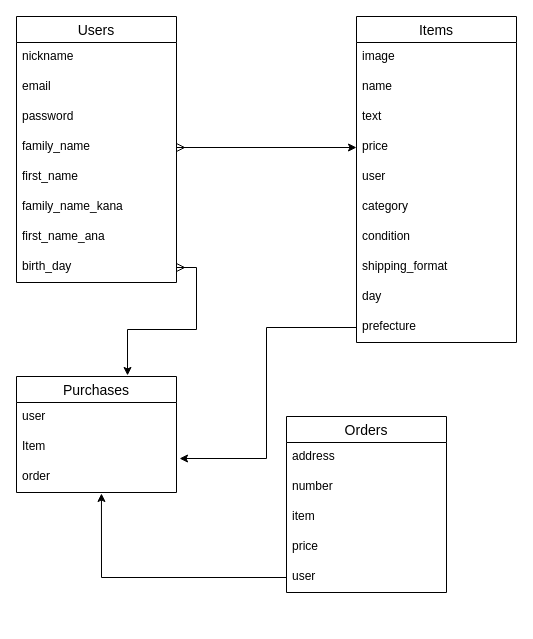
The draw.io diagram furifuri.dio in shirajun/furima-30429, before the edit. Source tidied: cells renumbered, new cells numbered last; positions are measured from the earlier drawing's top-left corner, leaving out a move shared by most shapes. Both pictures are drawn from the tidied source at 100%, with x=0, y=0 at pixel (16, 16).
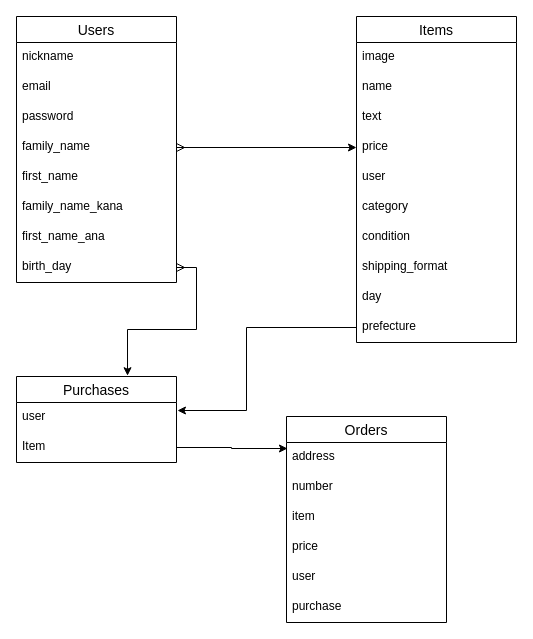
The same diagram, later.

Commit message (it also covers changes not shown here):
データベース修正　３

Unchanged cells that the change refers to:
```xml
<mxCell id="12" value="prefecture" style="text;strokeColor=none;fillColor=none;spacingLeft=4;spacingRight=4;overflow=hidden;points=[[0,0.5],[1,0.5]];portConstraint=eastwest;fontSize=12;" parent="2" vertex="1">
  <mxGeometry y="296" width="160" height="30" as="geometry" />
</mxCell>
<mxCell id="23" value="address" style="text;strokeColor=none;fillColor=none;spacingLeft=4;spacingRight=4;overflow=hidden;points=[[0,0.5],[1,0.5]];portConstraint=eastwest;fontSize=12;" parent="22" vertex="1">
  <mxGeometry y="26" width="160" height="30" as="geometry" />
</mxCell>
<mxCell id="27" value="user" style="text;strokeColor=none;fillColor=none;spacingLeft=4;spacingRight=4;overflow=hidden;points=[[0,0.5],[1,0.5]];portConstraint=eastwest;fontSize=12;" parent="22" vertex="1">
  <mxGeometry y="146" width="160" height="30" as="geometry" />
</mxCell>
<mxCell id="30" value="user" style="text;strokeColor=none;fillColor=none;spacingLeft=4;spacingRight=4;overflow=hidden;points=[[0,0.5],[1,0.5]];portConstraint=eastwest;fontSize=12;" parent="29" vertex="1">
  <mxGeometry y="26" width="160" height="30" as="geometry" />
</mxCell>
<mxCell id="31" value="Item" style="text;strokeColor=none;fillColor=none;spacingLeft=4;spacingRight=4;overflow=hidden;points=[[0,0.5],[1,0.5]];portConstraint=eastwest;fontSize=12;" parent="29" vertex="1">
  <mxGeometry y="56" width="160" height="30" as="geometry" />
</mxCell>
```

Diff of the diagram source:
```diff
@@
     <mxCell id="22" value="Orders" style="swimlane;fontStyle=0;horizontal=1;startSize=26;align=center;fontSize=14;" parent="1" vertex="1">
-      <mxGeometry x="270" y="400" width="160" height="176" as="geometry" />
+      <mxGeometry x="270" y="400" width="160" height="206" as="geometry" />
     </mxCell>
@@
+    <mxCell id="36" value="purchase" style="text;strokeColor=none;fillColor=none;spacingLeft=4;spacingRight=4;overflow=hidden;fontSize=12;" parent="22" vertex="1">
+      <mxGeometry y="176" width="160" height="30" as="geometry" />
+    </mxCell>
@@
     <mxCell id="29" value="Purchases" style="swimlane;fontStyle=0;horizontal=1;startSize=26;align=center;fontSize=14;" parent="1" vertex="1">
-      <mxGeometry y="360" width="160" height="116" as="geometry" />
+      <mxGeometry y="360" width="160" height="86" as="geometry" />
     </mxCell>
@@
-    <mxCell id="32" value="order" style="text;strokeColor=none;fillColor=none;spacingLeft=4;spacingRight=4;overflow=hidden;points=[[0,0.5],[1,0.5]];portConstraint=eastwest;fontSize=12;" parent="29" vertex="1">
-      <mxGeometry y="86" width="160" height="30" as="geometry" />
-    </mxCell>
@@
-    <mxCell id="34" style="edgeStyle=orthogonalEdgeStyle;rounded=0;jettySize=auto;html=1;exitX=0;exitY=0.5;exitDx=0;exitDy=0;entryX=1.019;entryY=-0.133;entryDx=0;entryDy=0;entryPerimeter=0;startArrow=none;startFill=0;" parent="1" edge="1" source="12" target="32">
-      <mxGeometry relative="1" as="geometry" />
+    <mxCell id="34" style="edgeStyle=orthogonalEdgeStyle;rounded=0;jettySize=auto;html=1;exitX=0;exitY=0.5;exitDx=0;exitDy=0;entryX=1.006;entryY=0.267;entryDx=0;entryDy=0;entryPerimeter=0;startArrow=none;startFill=0;" parent="1" edge="1" source="12" target="30">
+      <mxGeometry relative="1" as="geometry">
+        <Array as="points">
+          <mxPoint x="230" y="311" />
+          <mxPoint x="230" y="394" />
+        </Array>
+      </mxGeometry>
     </mxCell>
-    <mxCell id="35" style="edgeStyle=orthogonalEdgeStyle;rounded=0;jettySize=auto;html=1;exitX=0;exitY=0.5;exitDx=0;exitDy=0;entryX=0.531;entryY=1.033;entryDx=0;entryDy=0;entryPerimeter=0;startArrow=none;startFill=0;" parent="1" edge="1" source="27" target="32">
-      <mxGeometry relative="1" as="geometry" />
-    </mxCell>
+    <mxCell id="37" style="edgeStyle=orthogonalEdgeStyle;rounded=0;jettySize=auto;html=1;exitX=1;exitY=0.5;exitDx=0;exitDy=0;startArrow=none;startFill=0;entryX=0.006;entryY=0.2;entryDx=0;entryDy=0;entryPerimeter=0;" parent="1" edge="1" source="31" target="23">
+      <mxGeometry relative="1" as="geometry" />
+    </mxCell>
```
